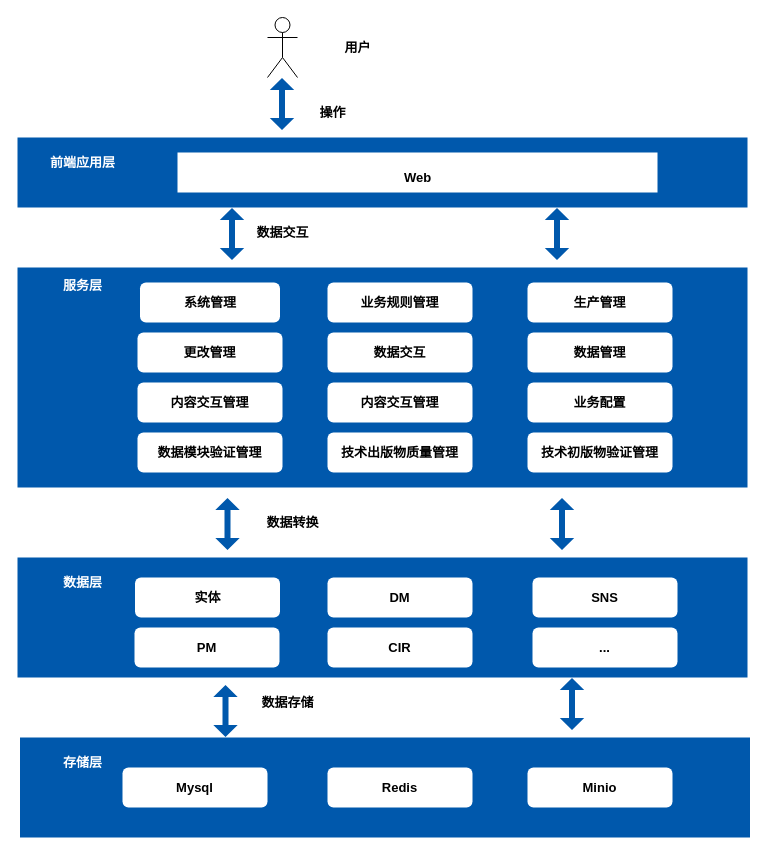
This is 数据检索与维修数据服/C919型号问题数据检索数据架构系统.drawio from DemonHan/KuickBuy, a draw.io file, before an edit. Source tidied: cells renumbered, new cells numbered last; positions are measured from the earlier drawing's top-left corner, leaving out a move shared by most shapes. Both pictures are drawn from the tidied source at 100%, with x=0, y=0 at pixel (17, 17).
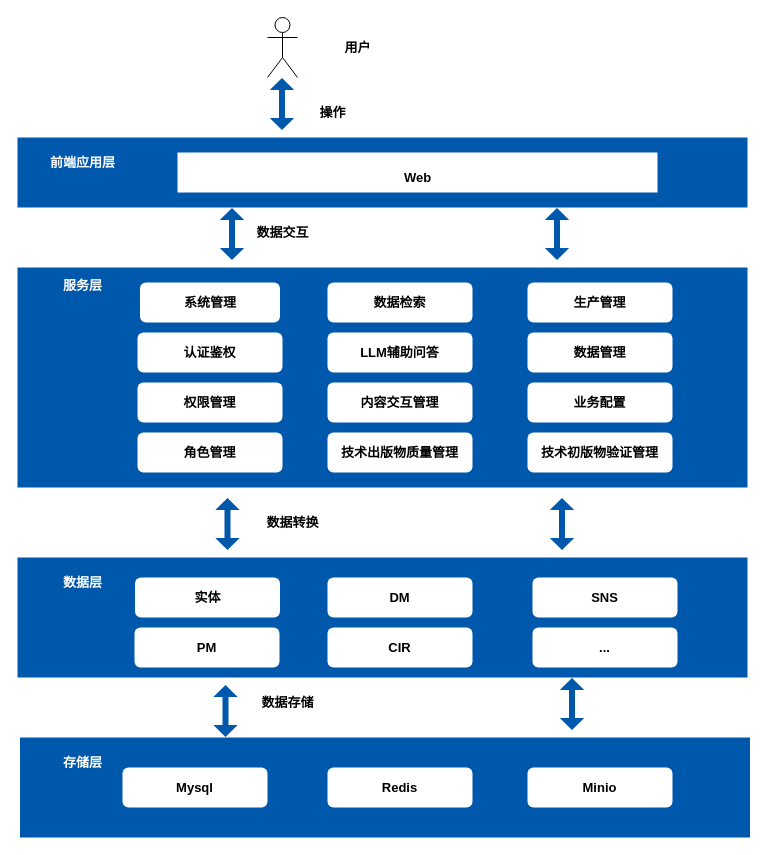
Above is the later version.

Commit message (it also covers changes not shown here):
更新C919型号问题数据检索数据架构系统.drawio

What changed in the source:
```diff
@@
-    <mxCell id="11" value="业务规则管理" style="rounded=1;whiteSpace=wrap;html=1;fontStyle=1;fontSize=13;strokeColor=none;fillColor=#FFFFFF;fontColor=#000000;" parent="1" vertex="1">
+    <mxCell id="11" value="数据检索" style="rounded=1;whiteSpace=wrap;html=1;fontStyle=1;fontSize=13;strokeColor=none;fillColor=#FFFFFF;fontColor=#000000;" parent="1" vertex="1">
       <mxGeometry x="310" y="265" width="145" height="40" as="geometry" />
     </mxCell>
@@
-    <mxCell id="13" value="更改管理" style="rounded=1;whiteSpace=wrap;html=1;fontStyle=1;fontSize=13;strokeColor=none;fillColor=#FFFFFF;fontColor=#000000;" parent="1" vertex="1">
+    <mxCell id="13" value="认证鉴权" style="rounded=1;whiteSpace=wrap;html=1;fontStyle=1;fontSize=13;strokeColor=none;fillColor=#FFFFFF;fontColor=#000000;" parent="1" vertex="1">
       <mxGeometry x="120" y="315" width="145" height="40" as="geometry" />
     </mxCell>
-    <mxCell id="14" value="数据交互" style="rounded=1;whiteSpace=wrap;html=1;fontStyle=1;fontSize=13;strokeColor=none;fillColor=#FFFFFF;fontColor=#000000;" parent="1" vertex="1">
+    <mxCell id="14" value="LLM辅助问答" style="rounded=1;whiteSpace=wrap;html=1;fontStyle=1;fontSize=13;strokeColor=none;fillColor=#FFFFFF;fontColor=#000000;" parent="1" vertex="1">
       <mxGeometry x="310" y="315" width="145" height="40" as="geometry" />
     </mxCell>
@@
-    <mxCell id="16" value="内容交互管理" style="rounded=1;whiteSpace=wrap;html=1;fontStyle=1;fontSize=13;strokeColor=none;fillColor=#FFFFFF;fontColor=#000000;" parent="1" vertex="1">
+    <mxCell id="16" value="权限管理" style="rounded=1;whiteSpace=wrap;html=1;fontStyle=1;fontSize=13;strokeColor=none;fillColor=#FFFFFF;fontColor=#000000;" parent="1" vertex="1">
       <mxGeometry x="120" y="365" width="145" height="40" as="geometry" />
     </mxCell>
@@
-    <mxCell id="19" value="数据模块验证管理" style="rounded=1;whiteSpace=wrap;html=1;fontStyle=1;fontSize=13;strokeColor=none;fillColor=#FFFFFF;fontColor=#000000;" parent="1" vertex="1">
+    <mxCell id="19" value="角色管理" style="rounded=1;whiteSpace=wrap;html=1;fontStyle=1;fontSize=13;strokeColor=none;fillColor=#FFFFFF;fontColor=#000000;" parent="1" vertex="1">
       <mxGeometry x="120" y="415" width="145" height="40" as="geometry" />
     </mxCell>
```
